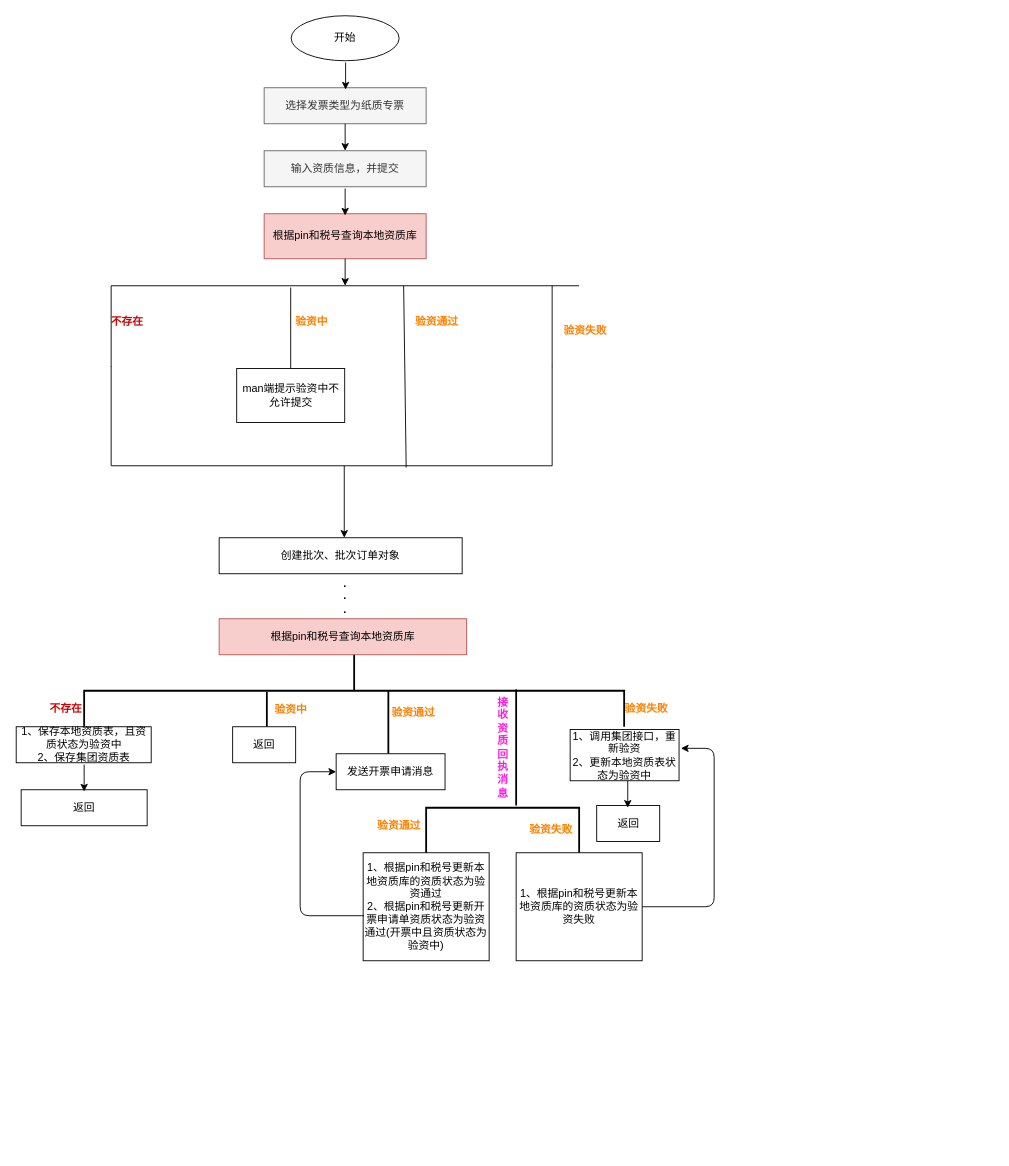
Earlier version of the draw.io diagram C票验资逻辑.drawio (baiymfkese/doc). Source tidied: cells renumbered, new cells numbered last; positions are measured from the earlier drawing's top-left corner, leaving out a move shared by most shapes. Both pictures are drawn from the tidied source at 90%, with x=0, y=0 at pixel (15, 15).
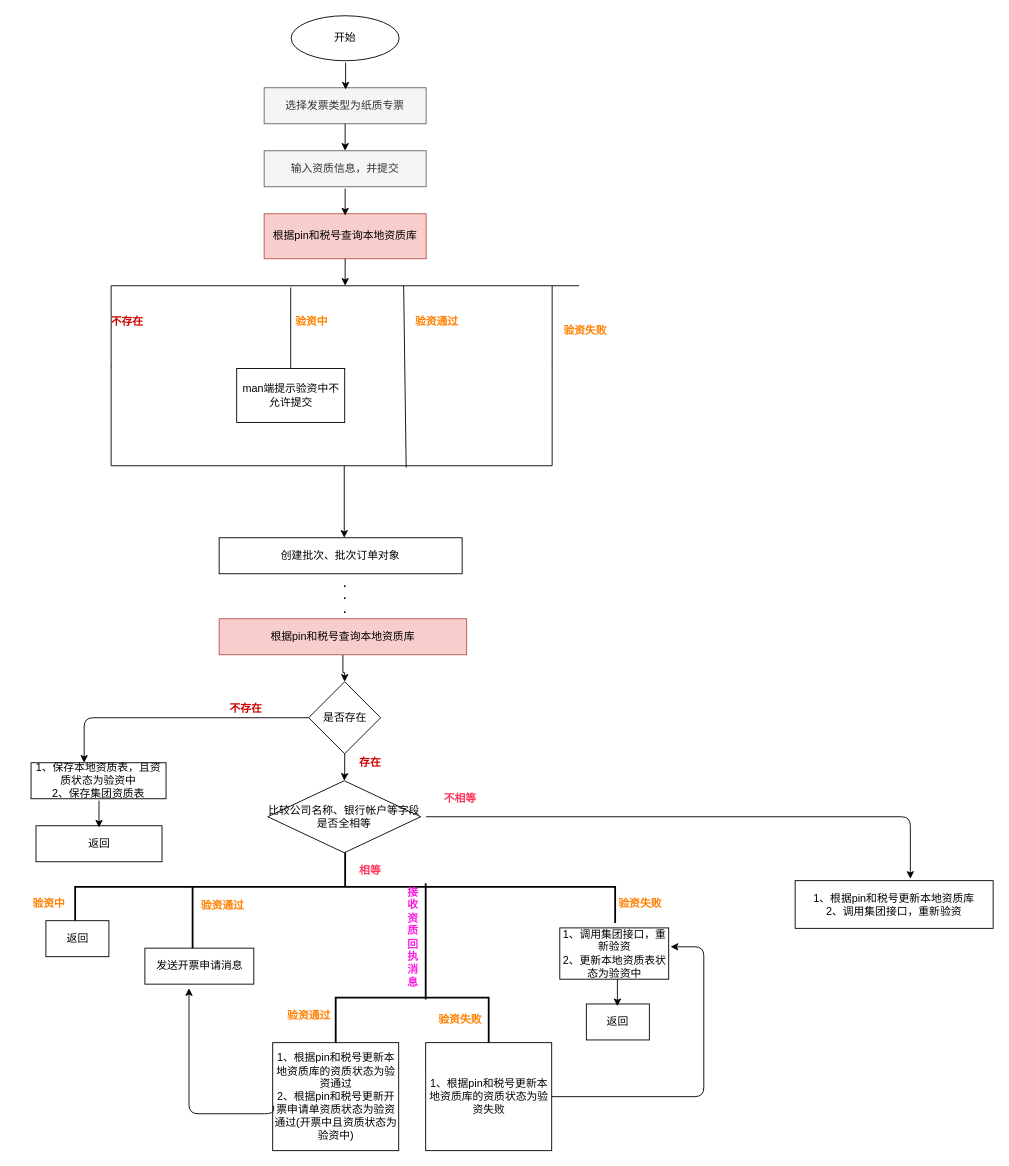
The same page after the edit.

Commit message:
Update C票验资逻辑.drawio

The change refers to these unchanged cells:
```xml
<mxCell id="24" value="根据pin和税号查询本地资质库" style="rounded=0;whiteSpace=wrap;html=1;fillColor=#f8cecc;strokeColor=#b85450;" parent="1" vertex="1">
  <mxGeometry x="226" y="670" width="275" height="40" as="geometry" />
</mxCell>
```

Change to the diagram source:
```diff
@@
+    <mxCell id="49" style="edgeStyle=orthogonalEdgeStyle;rounded=0;jettySize=auto;html=1;" parent="1" edge="1" source="24" target="51">
+      <mxGeometry relative="1" as="geometry" />
+    </mxCell>
@@
     <mxCell id="25" style="strokeWidth=2;html=1;shape=mxgraph.flowchart.annotation_2;align=left;direction=south;" parent="1" vertex="1">
-      <mxGeometry x="76" y="710" width="600" height="80" as="geometry" />
+      <mxGeometry x="66" y="928" width="600" height="80" as="geometry" />
     </mxCell>
     <mxCell id="26" value="&lt;b&gt;&lt;font color=&quot;#CC0000&quot;&gt;不存在&lt;/font&gt;&lt;/b&gt;" style="text;html=1;strokeColor=none;fillColor=none;align=center;verticalAlign=middle;whiteSpace=wrap;rounded=0;" parent="1" vertex="1">
-      <mxGeometry x="36" y="760" width="40" height="20" as="geometry" />
+      <mxGeometry x="236" y="760" width="40" height="20" as="geometry" />
     </mxCell>
     <mxCell id="27" value="1、保存本地资质表，且资质状态为验资中&lt;br&gt;2、保存集团资质表" style="rounded=0;whiteSpace=wrap;html=1;" parent="1" vertex="1">
-      <mxGeometry x="0.5" y="790" width="150" height="40" as="geometry" />
+      <mxGeometry x="17" y="830" width="150" height="40" as="geometry" />
     </mxCell>
     <mxCell id="28" value="返回" style="rounded=0;whiteSpace=wrap;html=1;" parent="1" vertex="1">
-      <mxGeometry x="6" y="860" width="140" height="40" as="geometry" />
+      <mxGeometry x="22.5" y="900" width="140" height="40" as="geometry" />
     </mxCell>
     <mxCell id="29" style="endArrow=classic;html=1;" parent="1" edge="1">
       <mxGeometry relative="1" as="geometry">
-        <mxPoint x="76" y="832" as="sourcePoint" />
-        <mxPoint x="76" y="862" as="targetPoint" />
+        <mxPoint x="92.5" y="872" as="sourcePoint" />
+        <mxPoint x="92.5" y="902" as="targetPoint" />
       </mxGeometry>
     </mxCell>
-    <mxCell id="30" style="line;strokeWidth=2;html=1;direction=south;" parent="1" vertex="1">
-      <mxGeometry x="274" y="751" width="10" height="39" as="geometry" />
-    </mxCell>
     <mxCell id="31" value="&lt;b&gt;&lt;font color=&quot;#FF8000&quot;&gt;验资中&lt;/font&gt;&lt;/b&gt;" style="text;html=1;strokeColor=none;fillColor=none;align=center;verticalAlign=middle;whiteSpace=wrap;rounded=0;" parent="1" vertex="1">
-      <mxGeometry x="285.5" y="760.5" width="40" height="20" as="geometry" />
+      <mxGeometry x="17" y="977" width="40" height="20" as="geometry" />
     </mxCell>
     <mxCell id="32" value="返回" style="rounded=0;whiteSpace=wrap;html=1;" parent="1" vertex="1">
-      <mxGeometry x="241" y="790" width="70" height="40" as="geometry" />
+      <mxGeometry x="33.5" y="1005.5" width="70" height="40" as="geometry" />
     </mxCell>
     <mxCell id="33" style="line;strokeWidth=2;html=1;direction=south;" parent="1" vertex="1">
-      <mxGeometry x="409" y="750" width="10" height="70" as="geometry" />
+      <mxGeometry x="191.5" y="967" width="10" height="70" as="geometry" />
     </mxCell>
     <mxCell id="34" value="&lt;b&gt;&lt;font color=&quot;#FF8000&quot;&gt;验资通过&lt;/font&gt;&lt;/b&gt;" style="text;html=1;strokeColor=none;fillColor=none;align=center;verticalAlign=middle;whiteSpace=wrap;rounded=0;" parent="1" vertex="1">
-      <mxGeometry x="414" y="765" width="56" height="20" as="geometry" />
+      <mxGeometry x="201.5" y="979" width="56" height="20" as="geometry" />
     </mxCell>
     <mxCell id="35" value="发送开票申请消息" style="rounded=0;whiteSpace=wrap;html=1;" parent="1" vertex="1">
-      <mxGeometry x="356" y="820" width="121" height="40" as="geometry" />
+      <mxGeometry x="143.5" y="1036" width="121" height="40" as="geometry" />
     </mxCell>
     <mxCell id="36" value="&lt;b&gt;&lt;font color=&quot;#FF8000&quot;&gt;验资失败&lt;/font&gt;&lt;/b&gt;" style="text;html=1;strokeColor=none;fillColor=none;align=center;verticalAlign=middle;whiteSpace=wrap;rounded=0;" parent="1" vertex="1">
-      <mxGeometry x="671.5" y="759.5" width="58" height="20" as="geometry" />
+      <mxGeometry x="665" y="977" width="58" height="20" as="geometry" />
     </mxCell>
     <mxCell id="37" style="line;strokeWidth=2;html=1;direction=south;" parent="1" vertex="1">
-      <mxGeometry x="551" y="748.5" width="10" height="129" as="geometry" />
+      <mxGeometry x="450.5" y="964" width="10" height="129" as="geometry" />
     </mxCell>
     <mxCell id="38" value="&lt;b&gt;&lt;font color=&quot;#FF1CE1&quot;&gt;接收资质回执消息&lt;/font&gt;&lt;/b&gt;" style="text;html=1;strokeColor=none;fillColor=none;align=center;verticalAlign=middle;whiteSpace=wrap;rounded=0;" parent="1" vertex="1">
-      <mxGeometry x="532" y="766" width="19" height="94" as="geometry" />
+      <mxGeometry x="431.5" y="977" width="19" height="94" as="geometry" />
     </mxCell>
     <mxCell id="39" value="1、根据pin和税号更新本地资质库的资质状态为验资通过&lt;br&gt;2、根据pin和税号更新开票申请单资质状态为验资通过(开票中且资质状态为验资中)" style="rounded=0;whiteSpace=wrap;html=1;" parent="1" vertex="1">
-      <mxGeometry x="386" y="930" width="140" height="120" as="geometry" />
+      <mxGeometry x="285.5" y="1141" width="140" height="120" as="geometry" />
     </mxCell>
     <mxCell id="40" value="1、调用集团接口，重新验资&lt;br&gt;2、更新本地资质表状态为验资中" style="rounded=0;whiteSpace=wrap;html=1;" parent="1" vertex="1">
-      <mxGeometry x="616" y="793" width="121" height="57" as="geometry" />
+      <mxGeometry x="604.5" y="1013.5" width="121" height="57" as="geometry" />
     </mxCell>
     <mxCell id="41" value="返回" style="rounded=0;whiteSpace=wrap;html=1;" parent="1" vertex="1">
-      <mxGeometry x="645.5" y="877.5" width="70" height="40" as="geometry" />
+      <mxGeometry x="634" y="1098" width="70" height="40" as="geometry" />
     </mxCell>
     <mxCell id="42" style="endArrow=classic;html=1;" parent="1" edge="1">
       <mxGeometry relative="1" as="geometry">
-        <mxPoint x="680" y="850" as="sourcePoint" />
-        <mxPoint x="680" y="880" as="targetPoint" />
+        <mxPoint x="668.5" y="1070.5" as="sourcePoint" />
+        <mxPoint x="668.5" y="1100.5" as="targetPoint" />
       </mxGeometry>
     </mxCell>
     <mxCell id="43" style="strokeWidth=2;html=1;shape=mxgraph.flowchart.annotation_1;align=left;direction=south;" parent="1" vertex="1">
-      <mxGeometry x="456" y="880" width="170" height="50" as="geometry" />
+      <mxGeometry x="355.5" y="1091" width="170" height="50" as="geometry" />
     </mxCell>
     <mxCell id="44" value="&lt;b&gt;&lt;font color=&quot;#FF8000&quot;&gt;验资通过&lt;/font&gt;&lt;/b&gt;" style="text;html=1;strokeColor=none;fillColor=none;align=center;verticalAlign=middle;whiteSpace=wrap;rounded=0;" parent="1" vertex="1">
-      <mxGeometry x="398" y="890" width="56" height="20" as="geometry" />
+      <mxGeometry x="297.5" y="1101" width="56" height="20" as="geometry" />
     </mxCell>
     <mxCell id="45" value="&lt;b&gt;&lt;font color=&quot;#FF8000&quot;&gt;验资失败&lt;/font&gt;&lt;/b&gt;" style="text;html=1;strokeColor=none;fillColor=none;align=center;verticalAlign=middle;whiteSpace=wrap;rounded=0;" parent="1" vertex="1">
-      <mxGeometry x="565.5" y="895" width="58" height="20" as="geometry" />
+      <mxGeometry x="465" y="1106" width="58" height="20" as="geometry" />
     </mxCell>
     <mxCell id="46" value="1、根据pin和税号更新本地资质库的资质状态为验资失败&lt;br&gt;" style="rounded=0;whiteSpace=wrap;html=1;" parent="1" vertex="1">
-      <mxGeometry x="556" y="930" width="140" height="120" as="geometry" />
+      <mxGeometry x="455.5" y="1141" width="140" height="120" as="geometry" />
     </mxCell>
-    <mxCell id="47" style="edgeStyle=elbowEdgeStyle;elbow=vertical;endArrow=classic;html=1;exitX=0.007;exitY=0.583;exitDx=0;exitDy=0;exitPerimeter=0;entryX=0;entryY=0.5;entryDx=0;entryDy=0;" parent="1" edge="1" source="39" target="35">
+    <mxCell id="47" style="edgeStyle=elbowEdgeStyle;elbow=vertical;endArrow=classic;html=1;exitX=0.007;exitY=0.583;exitDx=0;exitDy=0;exitPerimeter=0;entryX=0.405;entryY=1.113;entryDx=0;entryDy=0;entryPerimeter=0;" parent="1" edge="1" source="39" target="35">
       <mxGeometry relative="1" as="geometry">
         <Array as="points">
-          <mxPoint x="316" y="870" />
+          <mxPoint x="296" y="1220" />
         </Array>
       </mxGeometry>
     </mxCell>
     <mxCell id="48" style="edgeStyle=elbowEdgeStyle;elbow=vertical;endArrow=classic;html=1;exitX=1;exitY=0.5;exitDx=0;exitDy=0;entryX=1.017;entryY=0.368;entryDx=0;entryDy=0;entryPerimeter=0;" parent="1" edge="1" source="46" target="40">
       <mxGeometry relative="1" as="geometry">
         <Array as="points">
-          <mxPoint x="776" y="910" />
+          <mxPoint x="764.5" y="1130.5" />
         </Array>
       </mxGeometry>
     </mxCell>
+    <mxCell id="50" style="edgeStyle=orthogonalEdgeStyle;rounded=0;jettySize=auto;html=1;" parent="1" edge="1" source="51" target="53">
+      <mxGeometry relative="1" as="geometry" />
+    </mxCell>
+    <mxCell id="51" value="是否存在" style="rhombus;whiteSpace=wrap;html=1;" parent="1" vertex="1">
+      <mxGeometry x="325.5" y="740" width="80" height="80" as="geometry" />
+    </mxCell>
+    <mxCell id="52" style="edgeStyle=elbowEdgeStyle;elbow=horizontal;endArrow=classic;html=1;exitX=0;exitY=0.5;exitDx=0;exitDy=0;entryX=0.393;entryY=0;entryDx=0;entryDy=0;entryPerimeter=0;" parent="1" edge="1" source="51" target="27">
+      <mxGeometry relative="1" as="geometry">
+        <Array as="points">
+          <mxPoint x="76" y="780" />
+        </Array>
+      </mxGeometry>
+    </mxCell>
+    <mxCell id="53" value="比较公司名称、银行帐户等字段是否全相等" style="rhombus;whiteSpace=wrap;html=1;" parent="1" vertex="1">
+      <mxGeometry x="280" y="850" width="170" height="80" as="geometry" />
+    </mxCell>
+    <mxCell id="54" value="&lt;b&gt;&lt;font color=&quot;#CC0000&quot;&gt;存在&lt;/font&gt;&lt;/b&gt;" style="text;html=1;strokeColor=none;fillColor=none;align=center;verticalAlign=middle;whiteSpace=wrap;rounded=0;" parent="1" vertex="1">
+      <mxGeometry x="373.5" y="820" width="40" height="20" as="geometry" />
+    </mxCell>
+    <mxCell id="55" value="&lt;b&gt;&lt;font color=&quot;#FF335C&quot;&gt;相等&lt;/font&gt;&lt;/b&gt;" style="text;html=1;strokeColor=none;fillColor=none;align=center;verticalAlign=middle;whiteSpace=wrap;rounded=0;" parent="1" vertex="1">
+      <mxGeometry x="373.5" y="940" width="40" height="20" as="geometry" />
+    </mxCell>
+    <mxCell id="56" value="1、根据pin和税号更新本地资质库&lt;br&gt;2、调用集团接口，重新验资" style="rounded=0;whiteSpace=wrap;html=1;" parent="1" vertex="1">
+      <mxGeometry x="866" y="961" width="220" height="53" as="geometry" />
+    </mxCell>
+    <mxCell id="57" style="edgeStyle=elbowEdgeStyle;elbow=horizontal;endArrow=classic;html=1;entryX=0.583;entryY=-0.038;entryDx=0;entryDy=0;entryPerimeter=0;" parent="1" edge="1" target="56">
+      <mxGeometry relative="1" as="geometry">
+        <mxPoint x="456" y="890" as="sourcePoint" />
+        <Array as="points">
+          <mxPoint x="994" y="900" />
+        </Array>
+      </mxGeometry>
+    </mxCell>
+    <mxCell id="58" value="&lt;b&gt;&lt;font color=&quot;#FF335C&quot;&gt;不相等&lt;/font&gt;&lt;/b&gt;" style="text;html=1;strokeColor=none;fillColor=none;align=center;verticalAlign=middle;whiteSpace=wrap;rounded=0;" parent="1" vertex="1">
+      <mxGeometry x="474" y="860" width="40" height="20" as="geometry" />
+    </mxCell>
```
